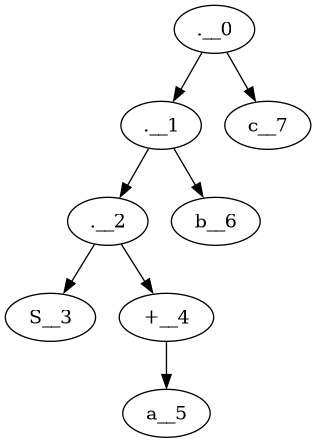
Before: arbre_syntaxique.png, a diagram exported from Graphviz (Daniel-Sima/Clone-of-the-egrep-UNIX-command). Its source is kept beside it as arbre_syntaxique.dot. Its diagram source:
```dot
digraph {
	".__0"->".__1"
	".__1"->".__2"
	".__2"->S__3
	".__2"->"+__4"
	"+__4"->a__5
	".__1"->b__6
	".__0"->c__7
}
```
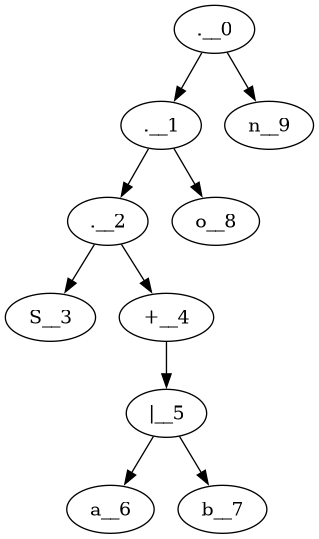
Above is the later version.

Diff of the diagram source:
```diff
@@ -3,7 +3,9 @@
 	".__1"->".__2"
 	".__2"->S__3
 	".__2"->"+__4"
-	"+__4"->a__5
-	".__1"->b__6
-	".__0"->c__7
+	"+__4"->"|__5"
+	"|__5"->a__6
+	"|__5"->b__7
+	".__1"->o__8
+	".__0"->n__9
 }
```
